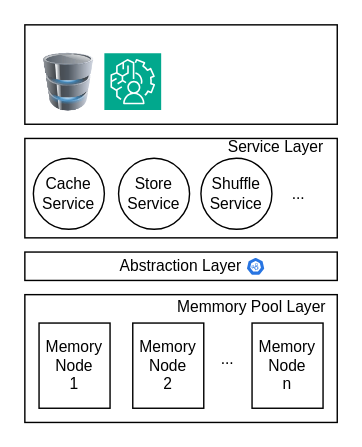
Above: 3m_paper/overall.drawio in linqinluli/picture_draw (draw.io), before the change. Source tidied: cells renumbered, new cells numbered last; positions are measured from the earlier drawing's top-left corner, leaving out a move shared by most shapes. Both pictures are drawn from the tidied source at 142%, with x=0, y=0 at pixel (24, 24).
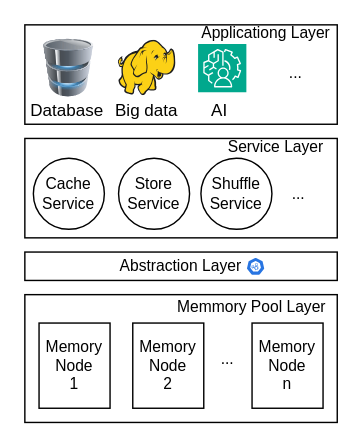
Above is the later version.

What changed in the source:
```diff
@@
     <mxCell id="17" style="image;html=1;image=img/lib/clip_art/computers/Database_128x128.png;" parent="1" vertex="1">
-      <mxGeometry x="0.5" y="20" width="61" height="41" as="geometry" />
+      <mxGeometry x="0.5" y="10" width="61" height="41" as="geometry" />
     </mxCell>
     <mxCell id="18" style="sketch=0;fontColor=#232F3E;fillColor=#01A88D;strokeColor=#ffffff;dashed=0;verticalLabelPosition=bottom;verticalAlign=top;align=center;html=1;fontSize=12;fontStyle=0;shape=mxgraph.aws4.resourceIcon;resIcon=mxgraph.aws4.augmented_ai;" parent="1" vertex="1">
-      <mxGeometry x="56" y="20" width="40" height="40" as="geometry" />
+      <mxGeometry x="122" y="13.5" width="34" height="34" as="geometry" />
     </mxCell>
+    <mxCell id="19" value="Database" style="text;html=1;align=center;verticalAlign=middle;whiteSpace=wrap;rounded=0;" parent="1" vertex="1">
+      <mxGeometry y="46" width="60" height="30" as="geometry" />
+    </mxCell>
+    <mxCell id="20" value="AI&amp;nbsp;" style="text;html=1;align=center;verticalAlign=middle;whiteSpace=wrap;rounded=0;" parent="1" vertex="1">
+      <mxGeometry x="131" y="49" width="16" height="24" as="geometry" />
+    </mxCell>
+    <mxCell id="21" style="image;sketch=0;html=1;align=center;fontSize=12;image=img/lib/mscae/HDInsight.svg;" parent="1" vertex="1">
+      <mxGeometry x="66" y="11" width="40.6" height="39" as="geometry" />
+    </mxCell>
+    <mxCell id="22" value="Big data" style="text;html=1;align=center;verticalAlign=middle;whiteSpace=wrap;rounded=0;" parent="1" vertex="1">
+      <mxGeometry x="56" y="46" width="60" height="30" as="geometry" />
+    </mxCell>
+    <mxCell id="23" value="&lt;span style=&quot;font-size: 11px;&quot;&gt;...&lt;/span&gt;" style="text;html=1;align=center;verticalAlign=middle;whiteSpace=wrap;rounded=0;fontSize=11;" parent="1" vertex="1">
+      <mxGeometry x="174" y="19" width="34" height="30" as="geometry" />
+    </mxCell>
+    <mxCell id="24" value="Applicationg Layer" style="text;html=1;align=center;verticalAlign=middle;whiteSpace=wrap;rounded=0;fontSize=11;" parent="1" vertex="1">
+      <mxGeometry x="120" y="1" width="100" height="10" as="geometry" />
+    </mxCell>
```
